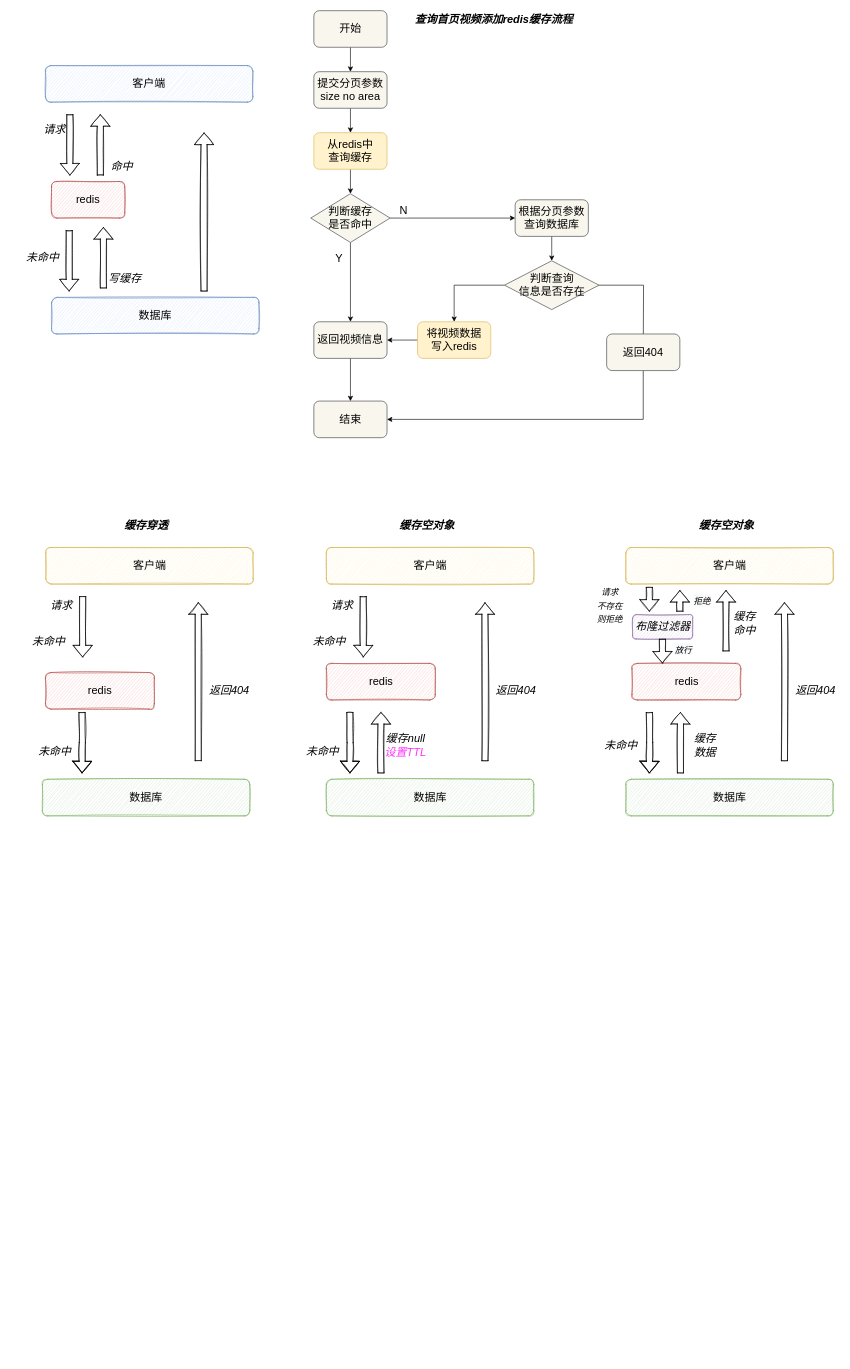
This is bilibili-redis.drawio from Bukayoooo/Draws, a draw.io file, before an edit. Source tidied: cells renumbered, new cells numbered last; positions are measured from the earlier drawing's top-left corner, leaving out a move shared by most shapes. Both pictures are drawn from the tidied source at 61%, with x=0, y=0 at pixel (21, 10).
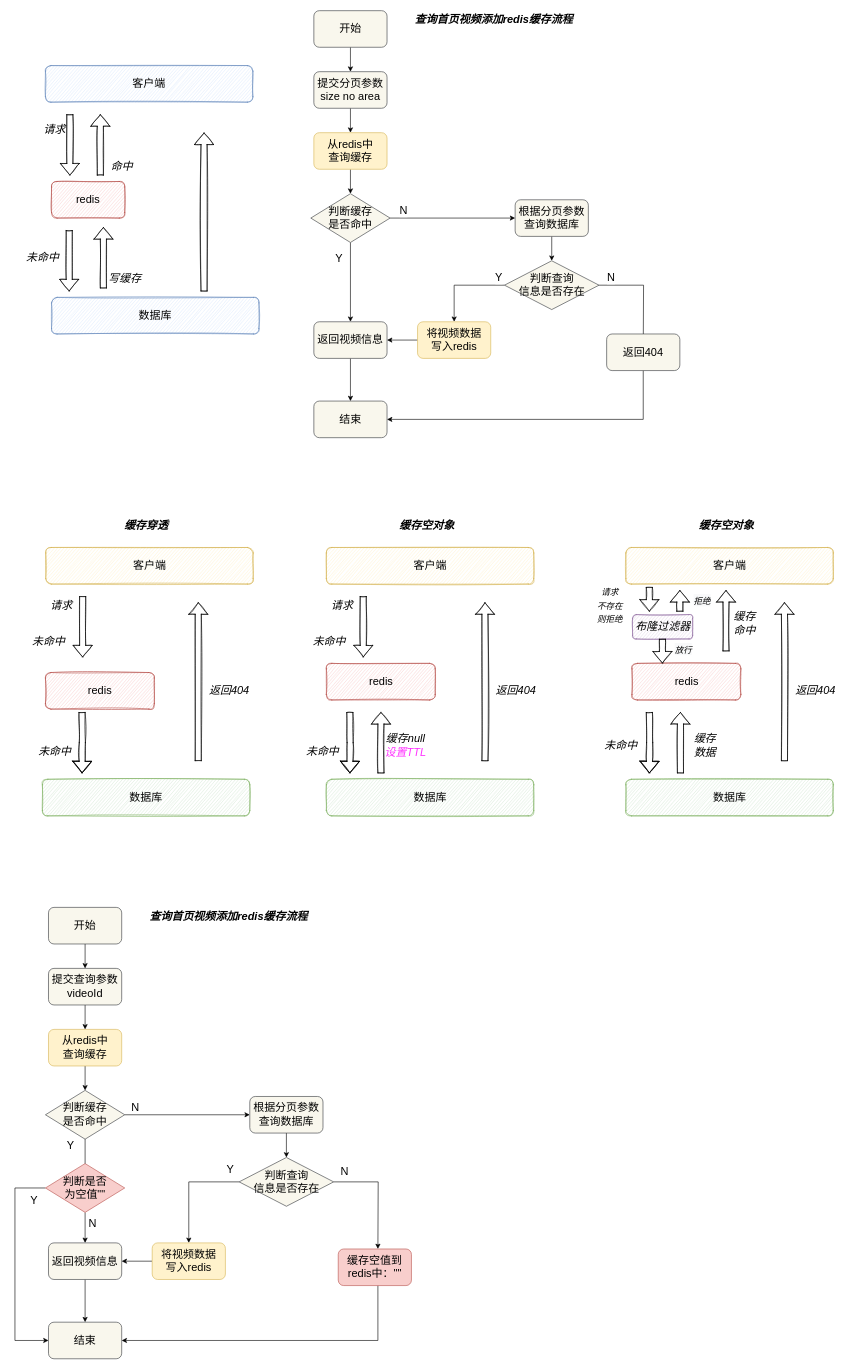
The same diagram, later.

Diff of the diagram source:
```diff
@@
+    <mxCell id="81" style="edgeStyle=orthogonalEdgeStyle;rounded=0;jettySize=auto;html=1;fontSize=18;" parent="1" edge="1" source="82" target="86">
+      <mxGeometry relative="1" as="geometry" />
+    </mxCell>
+    <mxCell id="82" value="提交查询参数&lt;br&gt;videoId" style="rounded=1;whiteSpace=wrap;html=1;fontSize=18;fillColor=#f9f7ed;strokeColor=#36393d;" parent="1" vertex="1">
+      <mxGeometry x="45" y="1570" width="120" height="60" as="geometry" />
+    </mxCell>
+    <mxCell id="83" style="edgeStyle=orthogonalEdgeStyle;rounded=0;jettySize=auto;html=1;fontSize=18;" parent="1" edge="1" source="84" target="82">
+      <mxGeometry relative="1" as="geometry" />
+    </mxCell>
+    <mxCell id="84" value="开始" style="rounded=1;whiteSpace=wrap;html=1;fontSize=18;fillColor=#f9f7ed;strokeColor=#36393d;" parent="1" vertex="1">
+      <mxGeometry x="45" y="1470" width="120" height="60" as="geometry" />
+    </mxCell>
+    <mxCell id="85" style="edgeStyle=orthogonalEdgeStyle;rounded=0;jettySize=auto;html=1;fontSize=18;" parent="1" edge="1" source="86" target="89">
+      <mxGeometry relative="1" as="geometry" />
+    </mxCell>
+    <mxCell id="86" value="从redis中&lt;br&gt;查询缓存" style="rounded=1;whiteSpace=wrap;html=1;fontSize=18;fillColor=#fff2cc;strokeColor=#d6b656;" parent="1" vertex="1">
+      <mxGeometry x="45" y="1670" width="120" height="60" as="geometry" />
+    </mxCell>
+    <mxCell id="87" style="edgeStyle=orthogonalEdgeStyle;rounded=0;jettySize=auto;html=1;fontSize=18;startArrow=none;" parent="1" edge="1" source="105" target="91">
+      <mxGeometry relative="1" as="geometry" />
+    </mxCell>
+    <mxCell id="88" style="edgeStyle=orthogonalEdgeStyle;rounded=0;jettySize=auto;html=1;fontSize=18;" parent="1" edge="1" source="89" target="93">
+      <mxGeometry relative="1" as="geometry" />
+    </mxCell>
+    <mxCell id="89" value="判断缓存&lt;br&gt;是否命中" style="rhombus;whiteSpace=wrap;html=1;fontSize=18;fillColor=#f9f7ed;strokeColor=#36393d;" parent="1" vertex="1">
+      <mxGeometry x="40" y="1770" width="130" height="80" as="geometry" />
+    </mxCell>
+    <mxCell id="90" style="edgeStyle=orthogonalEdgeStyle;rounded=0;jettySize=auto;html=1;fontSize=18;" parent="1" edge="1" source="91" target="98">
+      <mxGeometry relative="1" as="geometry" />
+    </mxCell>
+    <mxCell id="91" value="返回视频信息" style="rounded=1;whiteSpace=wrap;html=1;fontSize=18;fillColor=#f9f7ed;strokeColor=#36393d;" parent="1" vertex="1">
+      <mxGeometry x="45" y="2020" width="120" height="60" as="geometry" />
+    </mxCell>
+    <mxCell id="92" style="edgeStyle=orthogonalEdgeStyle;rounded=0;jettySize=auto;html=1;fontSize=18;" parent="1" edge="1" source="93" target="97">
+      <mxGeometry relative="1" as="geometry" />
+    </mxCell>
+    <mxCell id="93" value="根据分页参数查询数据库" style="rounded=1;whiteSpace=wrap;html=1;fontSize=18;fillColor=#f9f7ed;strokeColor=#36393d;" parent="1" vertex="1">
+      <mxGeometry x="375" y="1780" width="120" height="60" as="geometry" />
+    </mxCell>
+    <mxCell id="94" value="N" style="edgeLabel;html=1;align=center;verticalAlign=middle;fontSize=18;" parent="1" vertex="1">
+      <mxGeometry x="190" y="1800" as="geometry">
+        <mxPoint x="-4" y="-3" as="offset" />
+      </mxGeometry>
+    </mxCell>
+    <mxCell id="95" style="edgeStyle=orthogonalEdgeStyle;rounded=0;jettySize=auto;html=1;fontSize=18;" parent="1" edge="1" source="97">
+      <mxGeometry relative="1" as="geometry">
+        <mxPoint x="585" y="2030" as="targetPoint" />
+      </mxGeometry>
+    </mxCell>
+    <mxCell id="96" style="edgeStyle=orthogonalEdgeStyle;rounded=0;jettySize=auto;html=1;entryX=0.5;entryY=0;entryDx=0;entryDy=0;fontSize=18;" parent="1" edge="1" source="97" target="102">
+      <mxGeometry relative="1" as="geometry" />
+    </mxCell>
+    <mxCell id="97" value="判断查询&lt;br&gt;信息是否存在" style="rhombus;whiteSpace=wrap;html=1;fontSize=18;fillColor=#f9f7ed;strokeColor=#36393d;" parent="1" vertex="1">
+      <mxGeometry x="357.5" y="1880" width="155" height="80" as="geometry" />
+    </mxCell>
+    <mxCell id="98" value="结束" style="rounded=1;whiteSpace=wrap;html=1;fontSize=18;fillColor=#f9f7ed;strokeColor=#36393d;" parent="1" vertex="1">
+      <mxGeometry x="45" y="2150" width="120" height="60" as="geometry" />
+    </mxCell>
+    <mxCell id="99" style="edgeStyle=orthogonalEdgeStyle;rounded=0;jettySize=auto;html=1;entryX=1;entryY=0.5;entryDx=0;entryDy=0;fontSize=18;" parent="1" edge="1" source="100" target="98">
+      <mxGeometry relative="1" as="geometry">
+        <Array as="points">
+          <mxPoint x="585" y="2180" />
+        </Array>
+      </mxGeometry>
+    </mxCell>
+    <mxCell id="100" value="缓存空值到redis中：&quot;&quot;" style="rounded=1;whiteSpace=wrap;html=1;fontSize=18;fillColor=#f8cecc;strokeColor=#b85450;" parent="1" vertex="1">
+      <mxGeometry x="520" y="2030" width="120" height="60" as="geometry" />
+    </mxCell>
+    <mxCell id="101" style="edgeStyle=orthogonalEdgeStyle;rounded=0;jettySize=auto;html=1;fontSize=18;" parent="1" edge="1" source="102" target="91">
+      <mxGeometry relative="1" as="geometry" />
+    </mxCell>
+    <mxCell id="102" value="将视频数据&lt;br&gt;写入redis" style="rounded=1;whiteSpace=wrap;html=1;fontSize=18;fillColor=#fff2cc;strokeColor=#d6b656;" parent="1" vertex="1">
+      <mxGeometry x="215" y="2020" width="120" height="60" as="geometry" />
+    </mxCell>
+    <mxCell id="103" value="&lt;b&gt;&lt;i&gt;查询首页视频添加redis缓存流程&lt;/i&gt;&lt;/b&gt;" style="text;html=1;align=center;verticalAlign=middle;strokeColor=none;fillColor=none;fontSize=18;" parent="1" vertex="1">
+      <mxGeometry x="205" y="1470" width="270" height="30" as="geometry" />
+    </mxCell>
+    <mxCell id="104" style="edgeStyle=orthogonalEdgeStyle;rounded=0;jettySize=auto;html=1;entryX=0;entryY=0.5;entryDx=0;entryDy=0;" parent="1" edge="1" source="105" target="98">
+      <mxGeometry relative="1" as="geometry">
+        <Array as="points">
+          <mxPoint x="-10" y="1930" />
+          <mxPoint x="-10" y="2180" />
+        </Array>
+      </mxGeometry>
+    </mxCell>
+    <mxCell id="105" value="判断是否&lt;br&gt;为空值&quot;&quot;" style="rhombus;whiteSpace=wrap;html=1;fontSize=18;fillColor=#f8cecc;strokeColor=#b85450;" parent="1" vertex="1">
+      <mxGeometry x="40" y="1890" width="130" height="80" as="geometry" />
+    </mxCell>
+    <mxCell id="106" style="edgeStyle=orthogonalEdgeStyle;rounded=0;jettySize=auto;html=1;fontSize=18;endArrow=none;" parent="1" edge="1" source="89" target="105">
+      <mxGeometry relative="1" as="geometry" />
+    </mxCell>
+    <mxCell id="107" value="Y" style="edgeLabel;html=1;align=center;verticalAlign=middle;fontSize=18;" parent="106" vertex="1">
+      <mxGeometry x="-0.24" y="-1" relative="1" as="geometry">
+        <mxPoint x="-24" y="-5" as="offset" />
+      </mxGeometry>
+    </mxCell>
+    <mxCell id="108" value="Y" style="edgeLabel;html=1;align=center;verticalAlign=middle;fontSize=18;" parent="1" vertex="1">
+      <mxGeometry x="20" y="1950" as="geometry" />
+    </mxCell>
+    <mxCell id="109" value="N" style="edgeLabel;html=1;align=center;verticalAlign=middle;fontSize=18;" parent="1" vertex="1">
+      <mxGeometry x="120" y="1990" as="geometry">
+        <mxPoint x="-4" y="-3" as="offset" />
+      </mxGeometry>
+    </mxCell>
+    <mxCell id="110" value="N" style="edgeLabel;html=1;align=center;verticalAlign=middle;fontSize=18;" parent="1" vertex="1">
+      <mxGeometry x="210" y="1810" as="geometry">
+        <mxPoint x="319" y="92" as="offset" />
+      </mxGeometry>
+    </mxCell>
+    <mxCell id="111" value="Y" style="edgeLabel;html=1;align=center;verticalAlign=middle;fontSize=18;" parent="1" vertex="1">
+      <mxGeometry x="90.5" y="1860" as="geometry">
+        <mxPoint x="252" y="39" as="offset" />
+      </mxGeometry>
+    </mxCell>
+    <mxCell id="112" value="Y" style="edgeLabel;html=1;align=center;verticalAlign=middle;fontSize=18;" parent="1" vertex="1">
+      <mxGeometry x="512.5" y="420" as="geometry">
+        <mxPoint x="270" y="17" as="offset" />
+      </mxGeometry>
+    </mxCell>
+    <mxCell id="113" value="N" style="edgeLabel;html=1;align=center;verticalAlign=middle;fontSize=18;" parent="1" vertex="1">
+      <mxGeometry x="970" y="440" as="geometry">
+        <mxPoint x="-4" y="-3" as="offset" />
+      </mxGeometry>
+    </mxCell>
```
